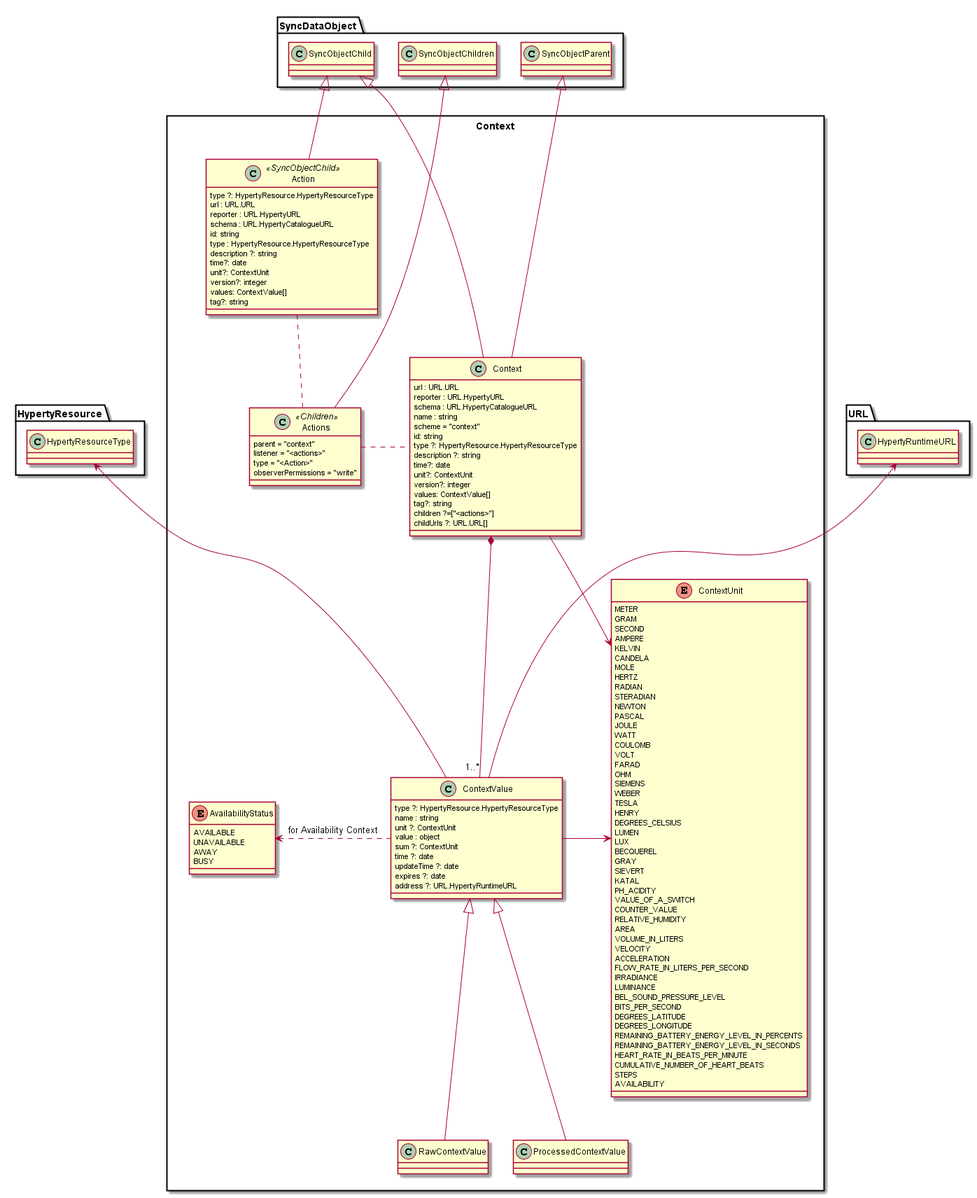
Earlier version of the PlantUML export docs/datamodel/data-objects/context/Context.png (reTHINK-project/dev-service-framework).
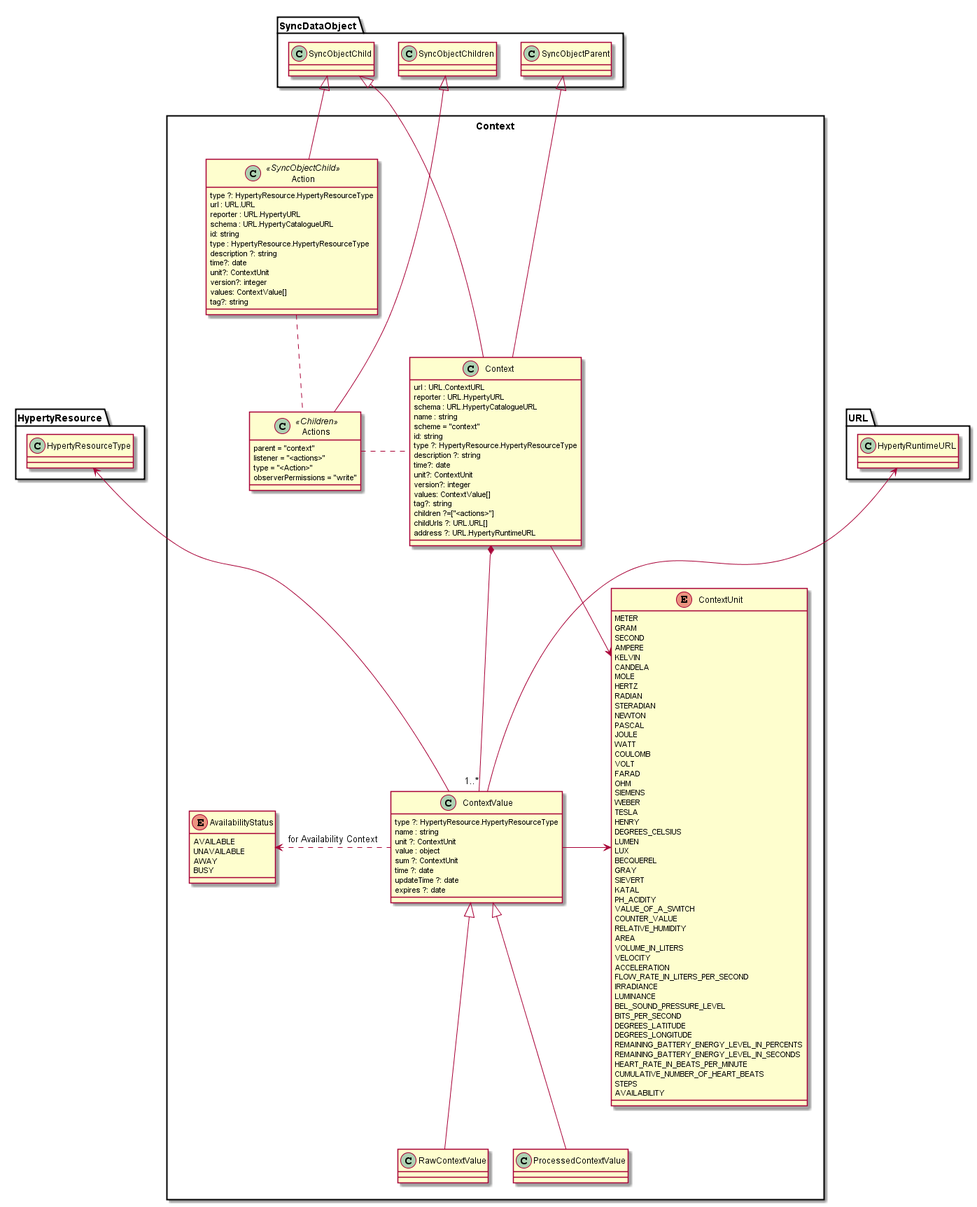
After the commit.

Change to the diagram source:
```diff
@@ -3,7 +3,7 @@
 package Context <<Rect>> {
 
 	class Context {
-		url : URL.URL
+		url : URL.ContextURL
 		reporter : URL.HypertyURL
 		schema : URL.HypertyCatalogueURL
 		name : string
@@ -18,6 +18,7 @@
 		tag?: string
 		children ?=["<actions>"]
 		childUrls ?: URL.URL[]
+		address ?: URL.HypertyRuntimeURL
 	}
 
 	enum ContextUnit {
@@ -82,7 +83,6 @@
 		time ?: date
 		updateTime ?: date
 		expires ?: date
-		address ?: URL.HypertyRuntimeURL
 	}
 
 	enum AvailabilityStatus {
```
